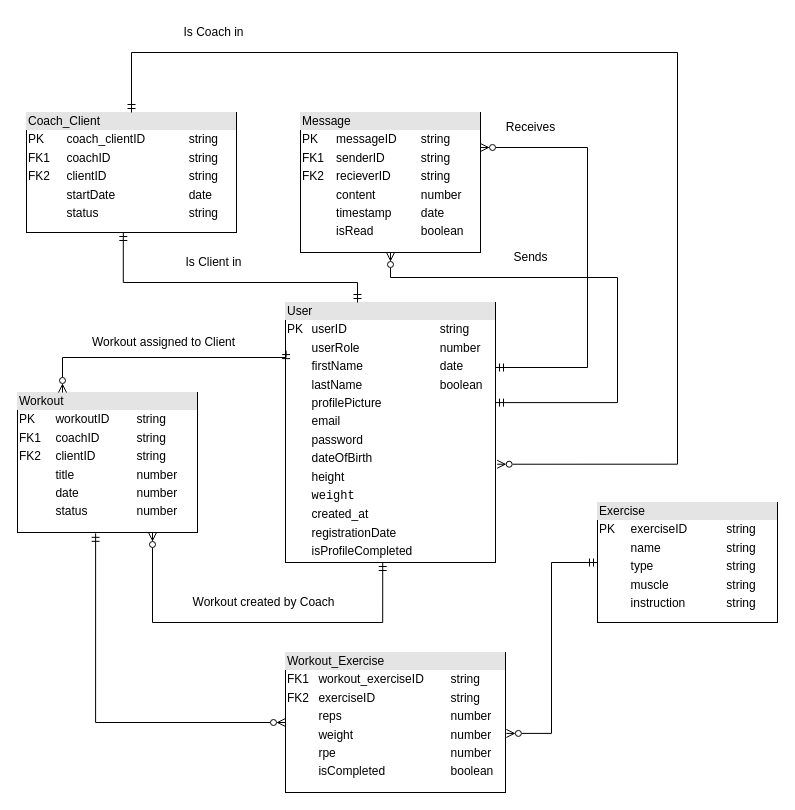
Earlier version of the draw.io diagram Untitled Diagram.drawio (jmmarcuis/FitUP). Source tidied: cells renumbered, new cells numbered last; positions are measured from the earlier drawing's top-left corner, leaving out a move shared by most shapes. Both pictures are drawn from the tidied source at 100%, with x=0, y=0 at pixel (17, 17).
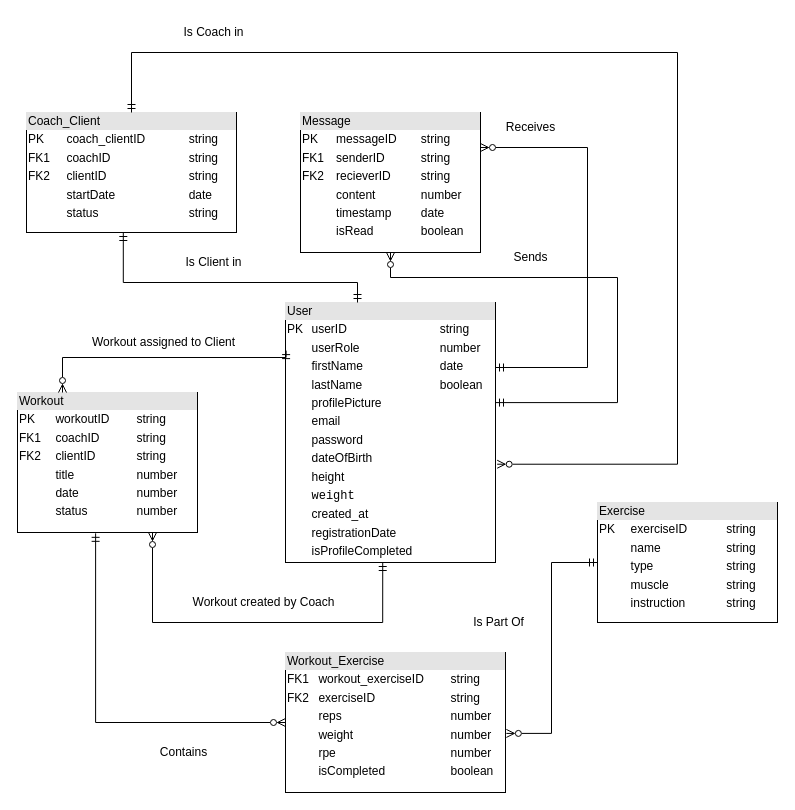
After the change.

Change to the diagram source:
```diff
@@
+    <mxCell id="22" value="Contains" style="text;html=1;align=center;verticalAlign=middle;strokeColor=none;fillColor=none;" parent="1" vertex="1">
+      <mxGeometry x="131" y="720" width="70" height="30" as="geometry" />
+    </mxCell>
+    <mxCell id="23" value="Is Part Of" style="text;html=1;align=center;verticalAlign=middle;strokeColor=none;fillColor=none;" parent="1" vertex="1">
+      <mxGeometry x="446" y="590" width="70" height="30" as="geometry" />
+    </mxCell>
```
